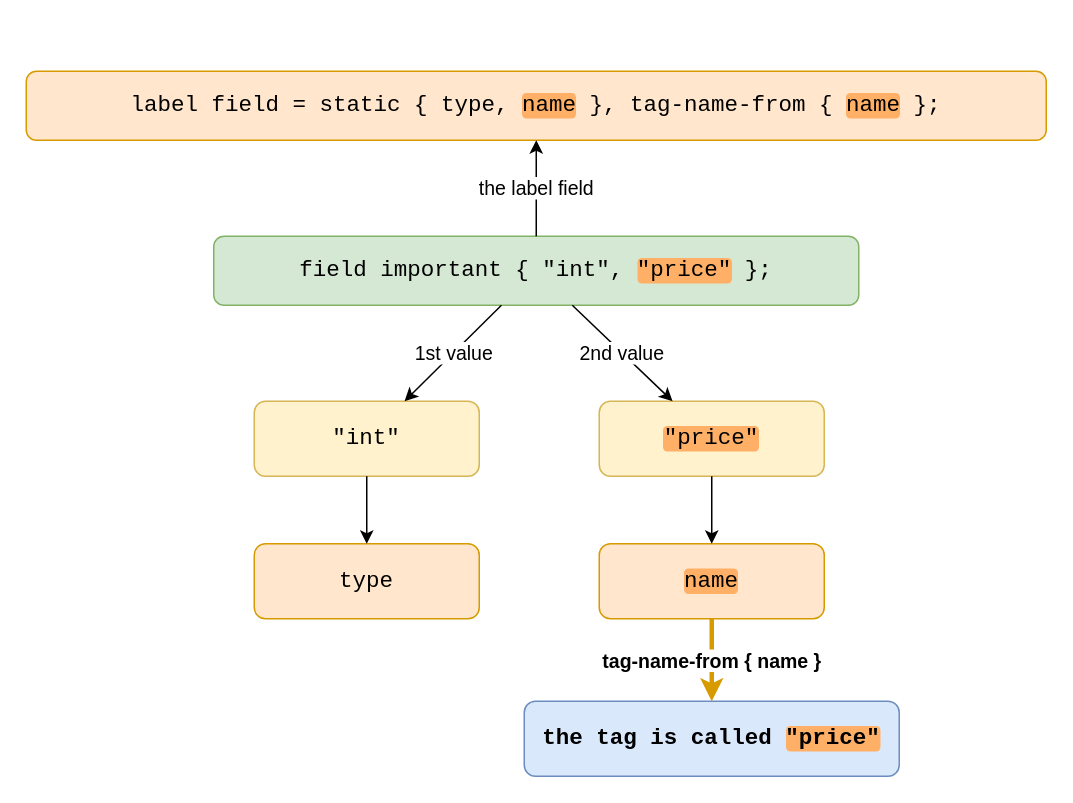
goloveshin/galimatron_doc keeps this draw.io diagram as drawio/49_tag_name_from_label.drawio. Above is the earlier version. Source tidied: cells renumbered, new cells numbered last; positions are measured from the earlier drawing's top-left corner, leaving out a move shared by most shapes. Both pictures are drawn from the tidied source at 150%, with x=0, y=0 at pixel (26, 70).
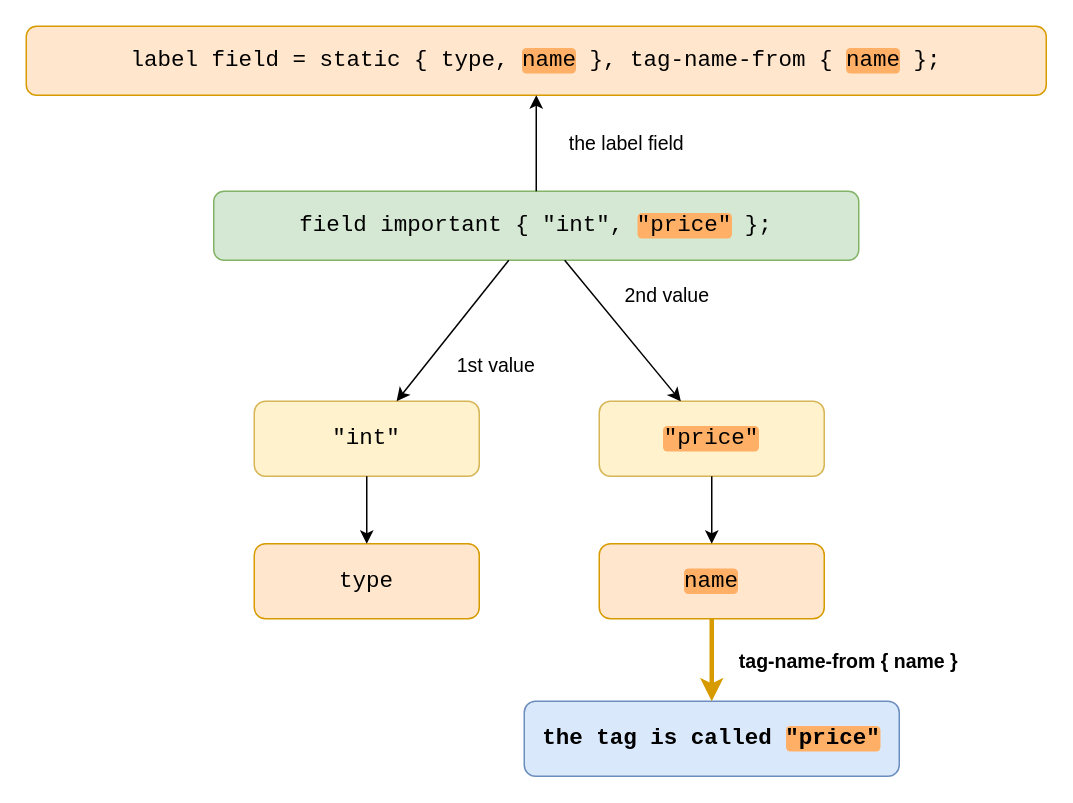
After the change.

What changed in the source:
```diff
@@
 <mxGraphModel>
   <root>
     <mxCell id="0" />
     <mxCell id="1" parent="0" />
     <mxCell id="2" value="label field = static { type, &lt;span style=&quot;background-color:#ffb066;border-radius:3px;&quot;&gt;name&lt;/span&gt; }, tag-name-from { &lt;span style=&quot;background-color:#ffb066;border-radius:3px;&quot;&gt;name&lt;/span&gt; };" style="rounded=1;whiteSpace=wrap;html=1;fillColor=#ffe6cc;strokeColor=#d79b00;fontFamily=Courier New;fontSize=15;" parent="1" vertex="1">
-      <mxGeometry width="680" height="46" as="geometry" />
+      <mxGeometry y="-30" width="680" height="46" as="geometry" />
     </mxCell>
     <mxCell id="3" value="field important { &quot;int&quot;, &lt;span style=&quot;background-color:#ffb066;border-radius:3px;&quot;&gt;&quot;price&quot;&lt;/span&gt; };" style="rounded=1;whiteSpace=wrap;html=1;fillColor=#d5e8d4;strokeColor=#82b366;fontFamily=Courier New;fontSize=15;" parent="1" vertex="1">
-      <mxGeometry x="125" y="110" width="430" height="46" as="geometry" />
+      <mxGeometry x="125" y="80" width="430" height="46" as="geometry" />
     </mxCell>
     <mxCell id="4" value="&quot;int&quot;" style="rounded=1;whiteSpace=wrap;html=1;fillColor=#fff2cc;strokeColor=#d6b656;fontFamily=Courier New;fontSize=15;" parent="1" vertex="1">
       <mxGeometry x="152" y="220" width="150" height="50" as="geometry" />
     </mxCell>
     <mxCell id="5" value="&lt;span style=&quot;background-color:#ffb066;border-radius:3px;&quot;&gt;&quot;price&quot;&lt;/span&gt;" style="rounded=1;whiteSpace=wrap;html=1;fillColor=#fff2cc;strokeColor=#d6b656;fontFamily=Courier New;fontSize=15;" parent="1" vertex="1">
       <mxGeometry x="382" y="220" width="150" height="50" as="geometry" />
     </mxCell>
     <mxCell id="6" value="type" style="rounded=1;whiteSpace=wrap;html=1;fillColor=#ffe6cc;strokeColor=#d79b00;fontFamily=Courier New;fontSize=15;" parent="1" vertex="1">
       <mxGeometry x="152" y="315" width="150" height="50" as="geometry" />
     </mxCell>
     <mxCell id="7" value="&lt;span style=&quot;background-color:#ffb066;border-radius:3px;&quot;&gt;name&lt;/span&gt;" style="rounded=1;whiteSpace=wrap;html=1;fillColor=#ffe6cc;strokeColor=#d79b00;fontFamily=Courier New;fontSize=15;" parent="1" vertex="1">
       <mxGeometry x="382" y="315" width="150" height="50" as="geometry" />
     </mxCell>
     <mxCell id="8" value="the tag is called &lt;span style=&quot;background-color:#ffb066;border-radius:3px;&quot;&gt;&quot;price&quot;&lt;/span&gt;" style="rounded=1;whiteSpace=wrap;html=1;fillColor=#dae8fc;strokeColor=#6c8ebf;fontFamily=Courier New;fontSize=15;fontStyle=1;" parent="1" vertex="1">
       <mxGeometry x="332" y="420" width="250" height="50" as="geometry" />
     </mxCell>
-    <mxCell id="9" value="the label field" style="endArrow=classic;html=1;labelBackgroundColor=#ffffff;edgeStyle=none;fontSize=13;exitX=0.5;exitY=0;exitDx=0;exitDy=0;entryX=0.5;entryY=1;entryDx=0;entryDy=0;" parent="1" edge="1" source="3" target="2">
-      <mxGeometry relative="1" as="geometry" />
+    <mxCell id="9" value="the label field" style="endArrow=classic;html=1;edgeStyle=none;fontSize=13;exitX=0.5;exitY=0;exitDx=0;exitDy=0;entryX=0.5;entryY=1;entryDx=0;entryDy=0;" parent="1" edge="1" source="3" target="2">
+      <mxGeometry relative="1" as="geometry">
+        <mxPoint x="60" as="offset" />
+      </mxGeometry>
     </mxCell>
-    <mxCell id="10" value="1st value" style="endArrow=classic;html=1;labelBackgroundColor=#ffffff;edgeStyle=none;fontSize=13;" parent="1" edge="1" source="3" target="4">
-      <mxGeometry relative="1" as="geometry" />
+    <mxCell id="10" value="1st value" style="endArrow=classic;html=1;edgeStyle=none;fontSize=13;" parent="1" edge="1" source="3" target="4">
+      <mxGeometry relative="1" as="geometry">
+        <mxPoint x="29" y="23" as="offset" />
+      </mxGeometry>
     </mxCell>
-    <mxCell id="11" value="2nd value" style="endArrow=classic;html=1;labelBackgroundColor=#ffffff;edgeStyle=none;fontSize=13;" parent="1" edge="1" source="3" target="5">
-      <mxGeometry relative="1" as="geometry" />
+    <mxCell id="11" value="2nd value" style="endArrow=classic;html=1;edgeStyle=none;fontSize=13;" parent="1" edge="1" source="3" target="5">
+      <mxGeometry relative="1" as="geometry">
+        <mxPoint x="29" y="-24" as="offset" />
+      </mxGeometry>
     </mxCell>
     <mxCell id="12" style="endArrow=classic;html=1;labelBackgroundColor=#ffffff;edgeStyle=none;" parent="1" edge="1" source="4" target="6">
       <mxGeometry relative="1" as="geometry" />
     </mxCell>
     <mxCell id="13" style="endArrow=classic;html=1;labelBackgroundColor=#ffffff;edgeStyle=none;" parent="1" edge="1" source="5" target="7">
       <mxGeometry relative="1" as="geometry" />
     </mxCell>
-    <mxCell id="14" value="tag-name-from { name }" style="endArrow=classic;html=1;labelBackgroundColor=#ffffff;edgeStyle=none;fontSize=13;strokeColor=#d79b00;strokeWidth=3;fontStyle=1;exitX=0.5;exitY=1;exitDx=0;exitDy=0;entryX=0.5;entryY=0;entryDx=0;entryDy=0;" parent="1" edge="1" source="7" target="8">
-      <mxGeometry relative="1" as="geometry" />
+    <mxCell id="14" value="tag-name-from { name }" style="endArrow=classic;html=1;edgeStyle=none;fontSize=13;strokeColor=#d79b00;strokeWidth=3;fontStyle=1;exitX=0.5;exitY=1;exitDx=0;exitDy=0;entryX=0.5;entryY=0;entryDx=0;entryDy=0;" parent="1" edge="1" source="7" target="8">
+      <mxGeometry relative="1" as="geometry">
+        <mxPoint x="91" as="offset" />
+      </mxGeometry>
     </mxCell>
   </root>
 </mxGraphModel>
```
